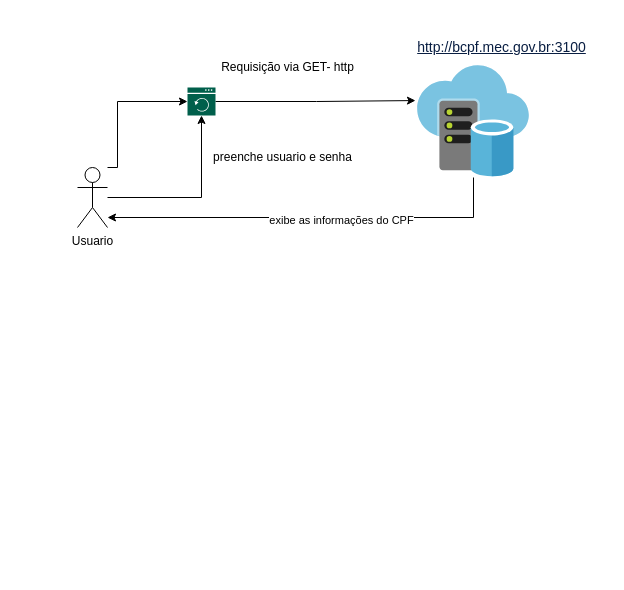
This is Untitled Diagram.drawio from wisleycouto/Diagramas, a draw.io file, before an edit. Source tidied: cells renumbered, new cells numbered last; positions are measured from the earlier drawing's top-left corner, leaving out a move shared by most shapes. Both pictures are drawn from the tidied source at 100%, with x=0, y=0 at pixel (77, 37).
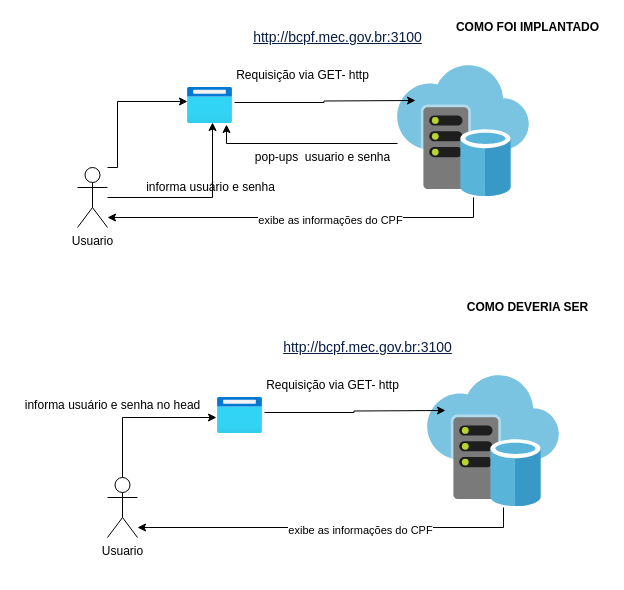
Above is the later version.

Unchanged cells that the change refers to:
```xml
<mxCell id="4" value="Usuario&lt;br&gt;&lt;br&gt;" style="shape=umlActor;verticalLabelPosition=bottom;verticalAlign=top;html=1;" parent="1" vertex="1">
  <mxGeometry y="130" width="30" height="60" as="geometry" />
</mxCell>
```

Diff of the diagram source:
```diff
@@
-    <mxCell id="2" style="edgeStyle=orthogonalEdgeStyle;rounded=0;jettySize=auto;html=1;" parent="1" edge="1" source="4" target="10">
+    <mxCell id="2" style="edgeStyle=orthogonalEdgeStyle;rounded=0;jettySize=auto;html=1;" parent="1" edge="1" source="4">
       <mxGeometry relative="1" as="geometry">
+        <mxPoint x="110" y="64" as="targetPoint" />
         <Array as="points">
           <mxPoint x="40" y="130" />
           <mxPoint x="40" y="64" />
         </Array>
       </mxGeometry>
     </mxCell>
-    <mxCell id="3" style="edgeStyle=orthogonalEdgeStyle;rounded=0;jettySize=auto;html=1;" parent="1" edge="1" source="4" target="10">
-      <mxGeometry relative="1" as="geometry" />
-    </mxCell>
+    <mxCell id="13" style="edgeStyle=orthogonalEdgeStyle;rounded=0;jettySize=auto;html=1;entryX=0.556;entryY=0.972;entryDx=0;entryDy=0;entryPerimeter=0;" parent="1" edge="1" source="4" target="15">
+      <mxGeometry relative="1" as="geometry" />
+    </mxCell>
@@
     <mxCell id="5" value="Requisição via GET- http&lt;br&gt;" style="text;html=1;align=center;verticalAlign=middle;strokeColor=none;" parent="1" vertex="1">
-      <mxGeometry x="135" y="20" width="150" height="20" as="geometry" />
+      <mxGeometry x="150" y="28" width="150" height="20" as="geometry" />
     </mxCell>
@@
+    <mxCell id="14" style="edgeStyle=orthogonalEdgeStyle;rounded=0;jettySize=auto;html=1;entryX=0.867;entryY=1.028;entryDx=0;entryDy=0;entryPerimeter=0;" parent="1" edge="1" source="8" target="15">
+      <mxGeometry relative="1" as="geometry">
+        <Array as="points">
+          <mxPoint x="149" y="106" />
+        </Array>
+      </mxGeometry>
+    </mxCell>
     <mxCell id="8" style="html=1;points=[];align=center;image;fontSize=12;image=img/lib/mscae/Virtual_Datacenter.svg;" parent="1" vertex="1">
-      <mxGeometry x="340" y="28" width="112" height="112" as="geometry" />
+      <mxGeometry x="320" y="28" width="132" height="132" as="geometry" />
     </mxCell>
-    <mxCell id="9" style="edgeStyle=orthogonalEdgeStyle;rounded=0;jettySize=auto;html=1;entryX=-0.018;entryY=0.313;entryDx=0;entryDy=0;entryPerimeter=0;" parent="1" edge="1" source="10" target="8">
-      <mxGeometry relative="1" as="geometry" />
+    <mxCell id="9" style="edgeStyle=orthogonalEdgeStyle;rounded=0;jettySize=auto;html=1;exitX=1.044;exitY=0.417;exitDx=0;exitDy=0;exitPerimeter=0;" parent="1" edge="1" source="15">
+      <mxGeometry relative="1" as="geometry">
+        <mxPoint x="338" y="63" as="targetPoint" />
+      </mxGeometry>
     </mxCell>
-    <mxCell id="10" style="shadow=0;dashed=0;html=1;strokeColor=none;fillColor=#005F4B;labelPosition=center;verticalLabelPosition=bottom;verticalAlign=top;align=center;outlineConnect=0;shape=mxgraph.veeam2.backup_browser;" parent="1" vertex="1">
-      <mxGeometry x="110" y="50" width="28" height="28" as="geometry" />
-    </mxCell>
     <mxCell id="11" value="&lt;a href=&quot;http://bcpf.mec.gov.br:3100/api/v1/pessoaFisica/CPF&quot; target=&quot;_blank&quot; style=&quot;background-color: rgb(255 , 255 , 255) ; color: rgb(9 , 30 , 66) ; outline: 0px ; font-family: , &amp;#34;blinkmacsystemfont&amp;#34; , &amp;#34;segoe ui&amp;#34; , &amp;#34;roboto&amp;#34; , &amp;#34;noto sans&amp;#34; , &amp;#34;ubuntu&amp;#34; , &amp;#34;droid sans&amp;#34; , &amp;#34;helvetica neue&amp;#34; , sans-serif ; font-size: 14px&quot;&gt;http://bcpf.mec.gov.br:3100&lt;/a&gt;" style="text;html=1;align=center;verticalAlign=middle;strokeColor=none;" parent="1" vertex="1">
-      <mxGeometry x="334" width="180" height="20" as="geometry" />
+      <mxGeometry x="170" y="-10" width="180" height="20" as="geometry" />
     </mxCell>
-    <mxCell id="12" value="preenche usuario e senha&lt;br&gt;" style="text;html=1;align=center;verticalAlign=middle;strokeColor=none;" parent="1" vertex="1">
-      <mxGeometry x="130" y="110" width="150" height="20" as="geometry" />
+    <mxCell id="12" value="pop-ups&amp;nbsp; usuario e senha" style="text;html=1;align=center;verticalAlign=middle;strokeColor=none;" parent="1" vertex="1">
+      <mxGeometry x="170" y="110" width="150" height="20" as="geometry" />
     </mxCell>
+    <mxCell id="15" style="html=1;points=[];align=center;image;fontSize=12;image=img/lib/azure2/general/Browser.svg;" parent="1" vertex="1">
+      <mxGeometry x="110" y="50" width="45" height="36" as="geometry" />
+    </mxCell>
+    <mxCell id="16" value="informa usuário e senha" style="text;html=1;align=center;verticalAlign=middle;strokeColor=none;" parent="1" vertex="1">
+      <mxGeometry x="62.5" y="140" width="140" height="20" as="geometry" />
+    </mxCell>
+    <mxCell id="17" style="edgeStyle=orthogonalEdgeStyle;rounded=0;jettySize=auto;html=1;entryX=-0.022;entryY=0.556;entryDx=0;entryDy=0;entryPerimeter=0;" parent="1" edge="1" source="18" target="25">
+      <mxGeometry relative="1" as="geometry">
+        <Array as="points">
+          <mxPoint x="45" y="380" />
+        </Array>
+      </mxGeometry>
+    </mxCell>
+    <mxCell id="18" value="Usuario&lt;br&gt;&lt;br&gt;" style="shape=umlActor;verticalLabelPosition=bottom;verticalAlign=top;html=1;" parent="1" vertex="1">
+      <mxGeometry x="30" y="440" width="30" height="60" as="geometry" />
+    </mxCell>
+    <mxCell id="19" value="Requisição via GET- http&lt;br&gt;" style="text;html=1;align=center;verticalAlign=middle;strokeColor=none;" parent="1" vertex="1">
+      <mxGeometry x="180" y="338" width="150" height="20" as="geometry" />
+    </mxCell>
+    <mxCell id="20" style="edgeStyle=orthogonalEdgeStyle;rounded=0;jettySize=auto;html=1;" parent="1" edge="1" source="22" target="18">
+      <mxGeometry relative="1" as="geometry">
+        <Array as="points">
+          <mxPoint x="426" y="490" />
+        </Array>
+      </mxGeometry>
+    </mxCell>
+    <mxCell id="21" value="exibe as informações do CPF&lt;br&gt;" style="edgeLabel;html=1;align=center;verticalAlign=middle;" parent="20" vertex="1">
+      <mxGeometry x="-0.15" y="2" relative="1" as="geometry" />
+    </mxCell>
+    <mxCell id="22" style="html=1;points=[];align=center;image;fontSize=12;image=img/lib/mscae/Virtual_Datacenter.svg;" parent="1" vertex="1">
+      <mxGeometry x="350" y="338" width="132" height="132" as="geometry" />
+    </mxCell>
+    <mxCell id="23" style="edgeStyle=orthogonalEdgeStyle;rounded=0;jettySize=auto;html=1;exitX=1.044;exitY=0.417;exitDx=0;exitDy=0;exitPerimeter=0;" parent="1" edge="1" source="25">
+      <mxGeometry relative="1" as="geometry">
+        <mxPoint x="368" y="373" as="targetPoint" />
+      </mxGeometry>
+    </mxCell>
+    <mxCell id="24" value="&lt;a href=&quot;http://bcpf.mec.gov.br:3100/api/v1/pessoaFisica/CPF&quot; target=&quot;_blank&quot; style=&quot;background-color: rgb(255 , 255 , 255) ; color: rgb(9 , 30 , 66) ; outline: 0px ; font-family: , &amp;quot;blinkmacsystemfont&amp;quot; , &amp;quot;segoe ui&amp;quot; , &amp;quot;roboto&amp;quot; , &amp;quot;noto sans&amp;quot; , &amp;quot;ubuntu&amp;quot; , &amp;quot;droid sans&amp;quot; , &amp;quot;helvetica neue&amp;quot; , sans-serif ; font-size: 14px&quot;&gt;http://bcpf.mec.gov.br:3100&lt;/a&gt;" style="text;html=1;align=center;verticalAlign=middle;strokeColor=none;" parent="1" vertex="1">
+      <mxGeometry x="200" y="300" width="180" height="20" as="geometry" />
+    </mxCell>
+    <mxCell id="25" style="html=1;points=[];align=center;image;fontSize=12;image=img/lib/azure2/general/Browser.svg;" parent="1" vertex="1">
+      <mxGeometry x="140" y="360" width="45" height="36" as="geometry" />
+    </mxCell>
+    <mxCell id="26" value="informa usuário e senha no head" style="text;html=1;align=center;verticalAlign=middle;strokeColor=none;" parent="1" vertex="1">
+      <mxGeometry x="-60" y="358" width="190" height="20" as="geometry" />
+    </mxCell>
+    <mxCell id="27" value="COMO DEVERIA SER" style="text;html=1;align=center;verticalAlign=middle;strokeColor=none;fontStyle=1;" parent="1" vertex="1">
+      <mxGeometry x="380" y="260" width="140" height="20" as="geometry" />
+    </mxCell>
+    <mxCell id="28" value="COMO FOI IMPLANTADO" style="text;html=1;align=center;verticalAlign=middle;strokeColor=none;fontStyle=1;" parent="1" vertex="1">
+      <mxGeometry x="370" y="-20" width="160" height="20" as="geometry" />
+    </mxCell>
```
